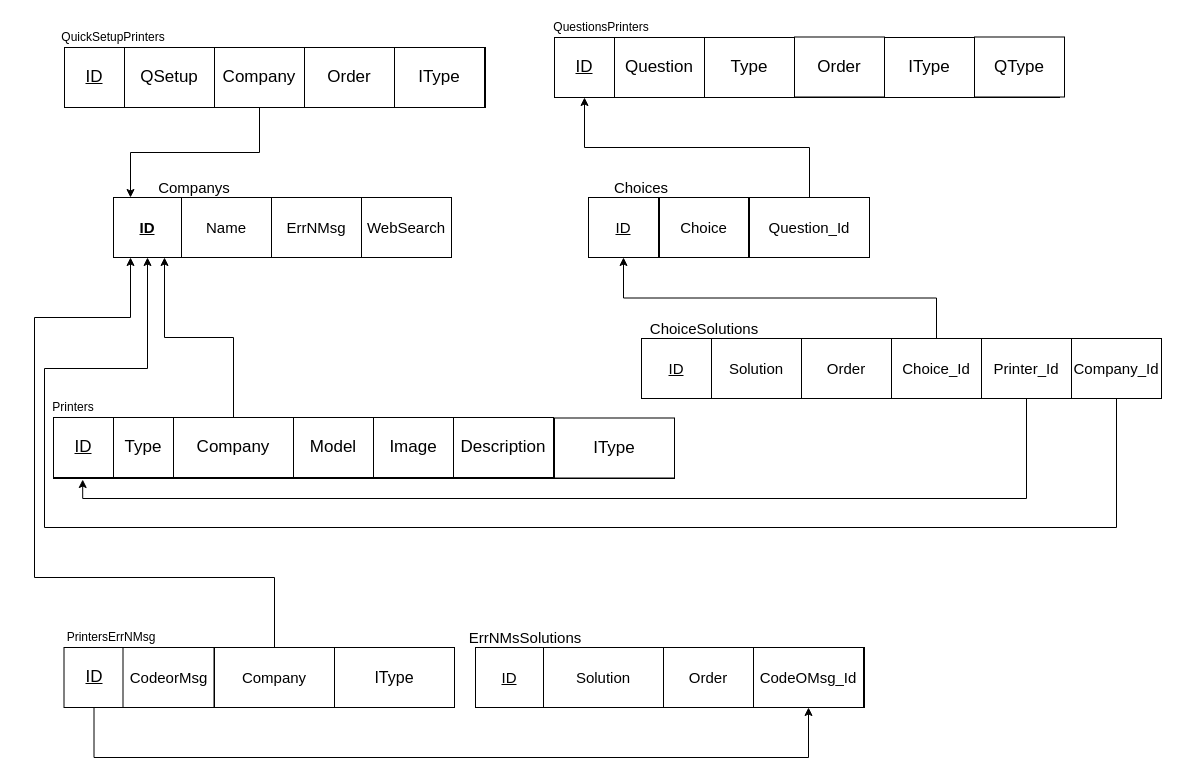
SarahAminn/FixBoxExpertSystem keeps this draw.io diagram as SchemaDiagram.drawio. Above is the earlier version. Source tidied: cells renumbered, new cells numbered last; positions are measured from the earlier drawing's top-left corner, leaving out a move shared by most shapes. Both pictures are drawn from the tidied source at 100%, with x=0, y=0 at pixel (34, 17).
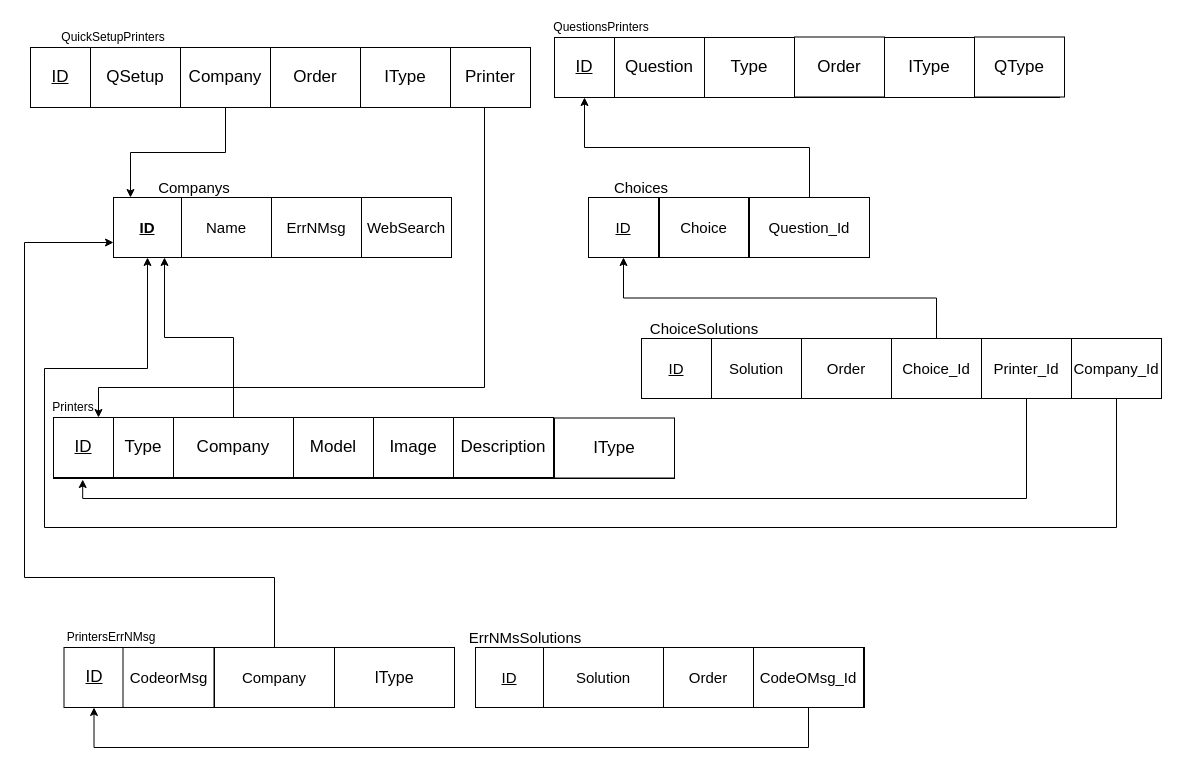
After the change.

Unchanged cells that the change refers to:
```xml
<mxCell id="12" value="&lt;u&gt;&lt;font style=&quot;font-size: 17px&quot;&gt;ID&lt;/font&gt;&lt;/u&gt;" style="rounded=0;whiteSpace=wrap;html=1;" parent="1" vertex="1">
  <mxGeometry x="19" y="400" width="60" height="60" as="geometry" />
</mxCell>
<mxCell id="31" value="&lt;u&gt;&lt;font style=&quot;font-size: 17px&quot;&gt;ID&lt;/font&gt;&lt;/u&gt;" style="rounded=0;whiteSpace=wrap;html=1;" parent="1" vertex="1">
  <mxGeometry x="29.5" y="630" width="60" height="60" as="geometry" />
</mxCell>
<mxCell id="35" value="Company" style="rounded=0;whiteSpace=wrap;html=1;fontSize=15;" parent="1" vertex="1">
  <mxGeometry x="180" y="630" width="120" height="60" as="geometry" />
</mxCell>
<mxCell id="40" value="&lt;u&gt;ID&lt;/u&gt;" style="rounded=0;whiteSpace=wrap;html=1;fontSize=15;fontStyle=1;" parent="1" vertex="1">
  <mxGeometry x="79" y="180" width="68" height="60" as="geometry" />
</mxCell>
<mxCell id="51" value="CodeOMsg_Id" style="rounded=0;whiteSpace=wrap;html=1;fontSize=15;" parent="1" vertex="1">
  <mxGeometry x="719" y="630" width="110" height="60" as="geometry" />
</mxCell>
```

Change to the diagram source:
```diff
@@
     <mxCell id="2" style="rounded=0;whiteSpace=wrap;html=1;" parent="1" vertex="1">
-      <mxGeometry x="30" y="30" width="421" height="60" as="geometry" />
+      <mxGeometry x="-4" y="30" width="494" height="60" as="geometry" />
     </mxCell>
@@
     <mxCell id="4" value="&lt;u&gt;&lt;font style=&quot;font-size: 17px&quot;&gt;ID&lt;/font&gt;&lt;/u&gt;" style="rounded=0;whiteSpace=wrap;html=1;" parent="1" vertex="1">
-      <mxGeometry x="30" y="30" width="60" height="60" as="geometry" />
+      <mxGeometry x="-4" y="30" width="60" height="60" as="geometry" />
     </mxCell>
     <mxCell id="5" value="&lt;span&gt;&lt;font style=&quot;font-size: 17px&quot;&gt;QSetup&lt;/font&gt;&lt;/span&gt;" style="rounded=0;whiteSpace=wrap;html=1;fontStyle=0;" parent="1" vertex="1">
-      <mxGeometry x="90" y="30" width="90" height="60" as="geometry" />
+      <mxGeometry x="56" y="30" width="90" height="60" as="geometry" />
     </mxCell>
@@
     <mxCell id="7" value="&lt;span&gt;&lt;font style=&quot;font-size: 17px&quot;&gt;Company&lt;/font&gt;&lt;/span&gt;" style="rounded=0;whiteSpace=wrap;html=1;fontStyle=0;" parent="1" vertex="1">
-      <mxGeometry x="180" y="30" width="90" height="60" as="geometry" />
+      <mxGeometry x="146" y="30" width="90" height="60" as="geometry" />
     </mxCell>
     <mxCell id="8" value="&lt;span&gt;&lt;font style=&quot;font-size: 17px&quot;&gt;Order&lt;/font&gt;&lt;/span&gt;" style="rounded=0;whiteSpace=wrap;html=1;fontStyle=0;" parent="1" vertex="1">
-      <mxGeometry x="270" y="30" width="90" height="60" as="geometry" />
+      <mxGeometry x="236" y="30" width="90" height="60" as="geometry" />
     </mxCell>
     <mxCell id="9" value="&lt;span style=&quot;font-size: 17px&quot;&gt;IType&lt;/span&gt;" style="rounded=0;whiteSpace=wrap;html=1;fontStyle=0;" parent="1" vertex="1">
-      <mxGeometry x="360" y="30" width="90" height="60" as="geometry" />
+      <mxGeometry x="326" y="30" width="90" height="60" as="geometry" />
     </mxCell>
@@
-    <mxCell id="30" style="edgeStyle=orthogonalEdgeStyle;rounded=0;jettySize=auto;html=1;exitX=0.5;exitY=1;exitDx=0;exitDy=0;entryX=0.5;entryY=1;entryDx=0;entryDy=0;fontSize=15;" parent="1" edge="1" source="31" target="51">
-      <mxGeometry relative="1" as="geometry">
-        <Array as="points">
-          <mxPoint x="60" y="740" />
-          <mxPoint x="774" y="740" />
-        </Array>
-      </mxGeometry>
-    </mxCell>
@@
-    <mxCell id="34" style="edgeStyle=orthogonalEdgeStyle;rounded=0;jettySize=auto;html=1;exitX=0.5;exitY=0;exitDx=0;exitDy=0;entryX=0.25;entryY=1;entryDx=0;entryDy=0;" parent="1" edge="1" source="35" target="40">
+    <mxCell id="34" style="edgeStyle=orthogonalEdgeStyle;rounded=0;jettySize=auto;html=1;exitX=0.5;exitY=0;exitDx=0;exitDy=0;entryX=0;entryY=0.75;entryDx=0;entryDy=0;" parent="1" edge="1" source="35" target="40">
       <mxGeometry relative="1" as="geometry">
         <Array as="points">
           <mxPoint x="240" y="560" />
-          <mxPoint y="560" />
-          <mxPoint y="300" />
-          <mxPoint x="96" y="300" />
+          <mxPoint x="-10" y="560" />
+          <mxPoint x="-10" y="225" />
         </Array>
       </mxGeometry>
     </mxCell>
@@
+    <mxCell id="65" style="edgeStyle=orthogonalEdgeStyle;rounded=0;jettySize=auto;html=1;entryX=0.5;entryY=1;entryDx=0;entryDy=0;" parent="1" edge="1" source="51" target="31">
+      <mxGeometry relative="1" as="geometry">
+        <Array as="points">
+          <mxPoint x="774" y="730" />
+          <mxPoint x="60" y="730" />
+        </Array>
+      </mxGeometry>
+    </mxCell>
@@
+    <mxCell id="66" style="edgeStyle=orthogonalEdgeStyle;rounded=0;jettySize=auto;html=1;entryX=0.75;entryY=0;entryDx=0;entryDy=0;" parent="1" edge="1" source="67" target="12">
+      <mxGeometry relative="1" as="geometry">
+        <Array as="points">
+          <mxPoint x="450" y="370" />
+          <mxPoint x="64" y="370" />
+        </Array>
+      </mxGeometry>
+    </mxCell>
+    <mxCell id="67" value="&lt;span style=&quot;font-size: 17px&quot;&gt;Printer&lt;/span&gt;" style="rounded=0;whiteSpace=wrap;html=1;fontStyle=0;" parent="1" vertex="1">
+      <mxGeometry x="416" y="30" width="80" height="60" as="geometry" />
+    </mxCell>
```
